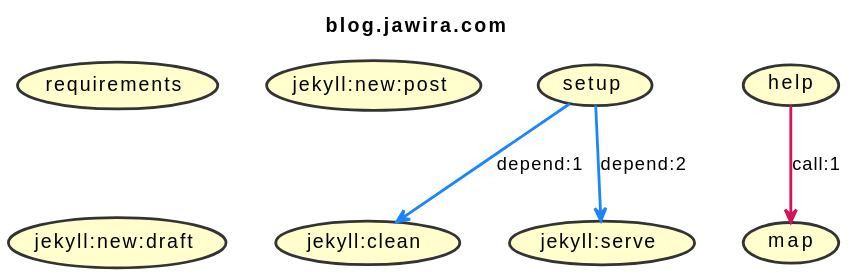
Before: build.svg, a diagram exported from PlantUML (jawira/blog.jawira.com).
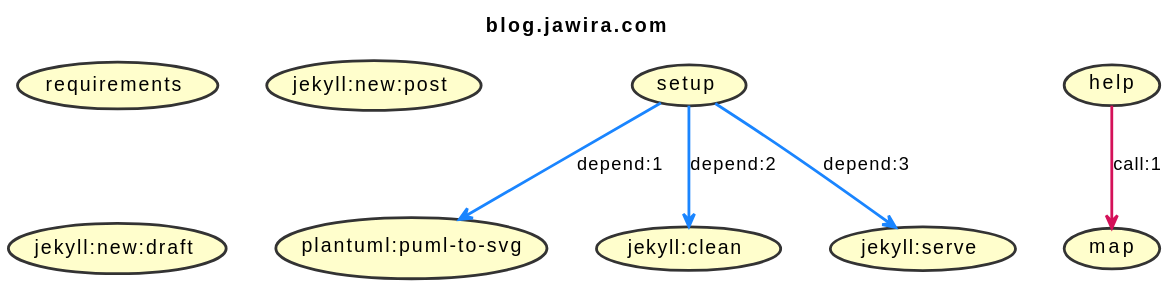
After the change.

The edit, as a diff of the source:
```diff
@@ -14,8 +14,9 @@
 skinparam UseCaseFontColor Black
 
 
-(setup) -[#1A85FF]-> (jekyll:clean) : depend:1
-(setup) -[#1A85FF]-> (jekyll:serve) : depend:2
+(setup) -[#1A85FF]-> (plantuml:puml-to-svg) : depend:1
+(setup) -[#1A85FF]-> (jekyll:clean) : depend:2
+(setup) -[#1A85FF]-> (jekyll:serve) : depend:3
 (help) -[#D41159]-> (map) : call:1
 (setup)
 (jekyll:clean)
@@ -25,4 +26,5 @@
 (map)
 (jekyll:new:post)
 (jekyll:new:draft)
+(plantuml:puml-to-svg)
 @enduml
```
